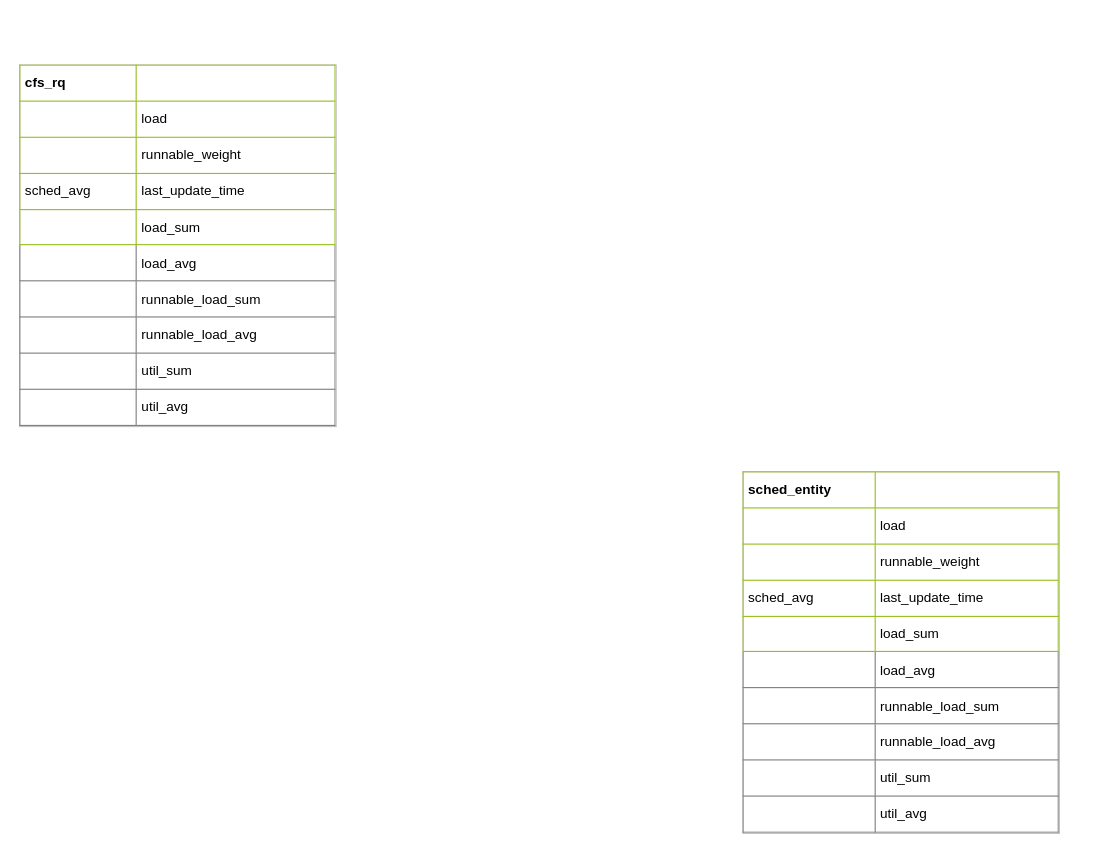
Before: scheduler/load.drawio in craftsfish/kernelhacking, a draw.io diagram. Source tidied: cells renumbered, new cells numbered last; positions are measured from the earlier drawing's top-left corner, leaving out a move shared by most shapes. Both pictures are drawn from the tidied source at 113%, with x=0, y=0 at pixel (19, 64).
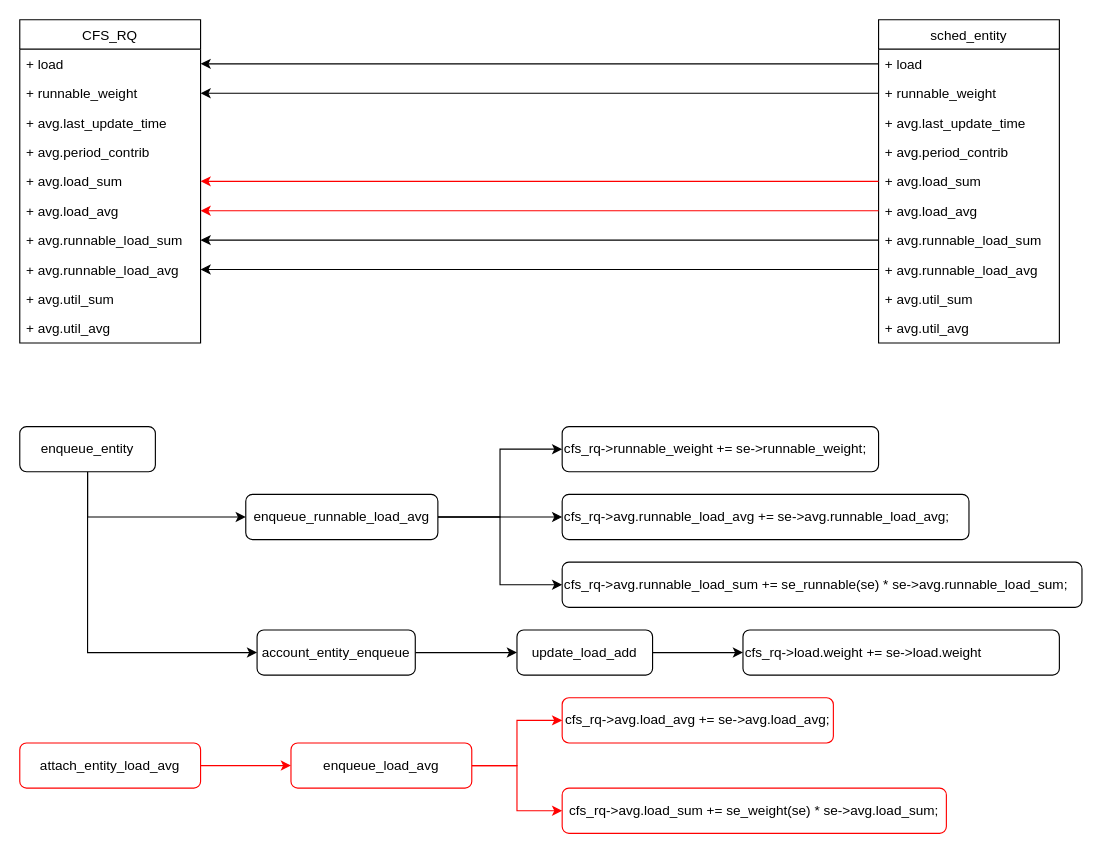
The same page after the edit.

Diff of the diagram source:
```diff
@@
-    <mxCell id="2" value="&lt;table border=&quot;1&quot; width=&quot;100%&quot; cellpadding=&quot;4&quot; style=&quot;width: 100% ; height: 100% ; border-collapse: collapse&quot;&gt;&lt;tbody&gt;&lt;tr style=&quot;border: 1px solid rgb(152 , 191 , 33)&quot;&gt;&lt;th align=&quot;left&quot;&gt;cfs_rq&lt;/th&gt;&lt;th align=&quot;left&quot;&gt;&lt;/th&gt;&lt;/tr&gt;&lt;tr style=&quot;border: 1px solid #98bf21&quot;&gt;&lt;td&gt;&lt;br&gt;&lt;/td&gt;&lt;td&gt;load&lt;/td&gt;&lt;/tr&gt;&lt;tr style=&quot;border: 1px solid rgb(152 , 191 , 33)&quot;&gt;&lt;td&gt;&lt;br&gt;&lt;/td&gt;&lt;td&gt;runnable_weight&lt;/td&gt;&lt;/tr&gt;&lt;tr style=&quot;border: 1px solid #98bf21&quot;&gt;&lt;td&gt;sched_avg&lt;/td&gt;&lt;td&gt;last_update_time&lt;/td&gt;&lt;/tr&gt;&lt;tr style=&quot;border: 1px solid rgb(152 , 191 , 33)&quot;&gt;&lt;td&gt;&lt;br&gt;&lt;/td&gt;&lt;td&gt;load_sum&lt;/td&gt;&lt;/tr&gt;&lt;tr&gt;&lt;td&gt;&lt;br&gt;&lt;/td&gt;&lt;td&gt;load_avg&lt;br&gt;&lt;/td&gt;&lt;/tr&gt;&lt;tr&gt;&lt;td&gt;&lt;br&gt;&lt;/td&gt;&lt;td&gt;runnable_load_sum&lt;br&gt;&lt;/td&gt;&lt;/tr&gt;&lt;tr&gt;&lt;td&gt;&lt;br&gt;&lt;/td&gt;&lt;td&gt;runnable_load_avg&lt;br&gt;&lt;/td&gt;&lt;/tr&gt;&lt;tr&gt;&lt;td&gt;&lt;br&gt;&lt;/td&gt;&lt;td&gt;util_sum&lt;br&gt;&lt;/td&gt;&lt;/tr&gt;&lt;tr&gt;&lt;td&gt;&lt;br&gt;&lt;/td&gt;&lt;td&gt;util_avg&lt;br&gt;&lt;/td&gt;&lt;/tr&gt;&lt;/tbody&gt;&lt;/table&gt;" style="text;html=1;strokeColor=#c0c0c0;fillColor=#ffffff;overflow=fill;rounded=0;" parent="1" vertex="1">
-      <mxGeometry width="280" height="320" as="geometry" />
-    </mxCell>
-    <mxCell id="3" value="&lt;table border=&quot;1&quot; width=&quot;100%&quot; cellpadding=&quot;4&quot; style=&quot;width: 100% ; height: 100% ; border-collapse: collapse&quot;&gt;&lt;tbody&gt;&lt;tr style=&quot;border: 1px solid rgb(152 , 191 , 33)&quot;&gt;&lt;th align=&quot;left&quot;&gt;sched_entity&lt;/th&gt;&lt;th align=&quot;left&quot;&gt;&lt;/th&gt;&lt;/tr&gt;&lt;tr style=&quot;border: 1px solid #98bf21&quot;&gt;&lt;td&gt;&lt;br&gt;&lt;/td&gt;&lt;td&gt;load&lt;/td&gt;&lt;/tr&gt;&lt;tr style=&quot;border: 1px solid rgb(152 , 191 , 33)&quot;&gt;&lt;td&gt;&lt;br&gt;&lt;/td&gt;&lt;td&gt;runnable_weight&lt;/td&gt;&lt;/tr&gt;&lt;tr style=&quot;border: 1px solid #98bf21&quot;&gt;&lt;td&gt;sched_avg&lt;/td&gt;&lt;td&gt;last_update_time&lt;/td&gt;&lt;/tr&gt;&lt;tr style=&quot;border: 1px solid rgb(152 , 191 , 33)&quot;&gt;&lt;td&gt;&lt;br&gt;&lt;/td&gt;&lt;td&gt;load_sum&lt;/td&gt;&lt;/tr&gt;&lt;tr&gt;&lt;td&gt;&lt;br&gt;&lt;/td&gt;&lt;td&gt;load_avg&lt;br&gt;&lt;/td&gt;&lt;/tr&gt;&lt;tr&gt;&lt;td&gt;&lt;br&gt;&lt;/td&gt;&lt;td&gt;runnable_load_sum&lt;br&gt;&lt;/td&gt;&lt;/tr&gt;&lt;tr&gt;&lt;td&gt;&lt;br&gt;&lt;/td&gt;&lt;td&gt;runnable_load_avg&lt;br&gt;&lt;/td&gt;&lt;/tr&gt;&lt;tr&gt;&lt;td&gt;&lt;br&gt;&lt;/td&gt;&lt;td&gt;util_sum&lt;br&gt;&lt;/td&gt;&lt;/tr&gt;&lt;tr&gt;&lt;td&gt;&lt;br&gt;&lt;/td&gt;&lt;td&gt;util_avg&lt;br&gt;&lt;/td&gt;&lt;/tr&gt;&lt;/tbody&gt;&lt;/table&gt;" style="text;html=1;strokeColor=#c0c0c0;fillColor=#ffffff;overflow=fill;rounded=0;" parent="1" vertex="1">
-      <mxGeometry x="640" y="360" width="280" height="320" as="geometry" />
-    </mxCell>
+    <mxCell id="4" style="edgeStyle=orthogonalEdgeStyle;rounded=0;jettySize=auto;html=1;exitX=0;exitY=0.5;exitDx=0;exitDy=0;fontSize=12;" parent="1" edge="1" source="24" target="35">
+      <mxGeometry relative="1" as="geometry" />
+    </mxCell>
+    <mxCell id="5" style="edgeStyle=orthogonalEdgeStyle;rounded=0;jettySize=auto;html=1;exitX=0;exitY=0.5;exitDx=0;exitDy=0;entryX=1;entryY=0.5;entryDx=0;entryDy=0;fontSize=12;" parent="1" edge="1" source="30" target="41">
+      <mxGeometry relative="1" as="geometry" />
+    </mxCell>
+    <mxCell id="6" style="edgeStyle=orthogonalEdgeStyle;rounded=0;jettySize=auto;html=1;exitX=0;exitY=0.5;exitDx=0;exitDy=0;fontSize=12;" parent="1" edge="1" source="29" target="40">
+      <mxGeometry relative="1" as="geometry" />
+    </mxCell>
+    <mxCell id="7" style="edgeStyle=orthogonalEdgeStyle;rounded=0;jettySize=auto;html=1;exitX=0;exitY=0.5;exitDx=0;exitDy=0;fontSize=12;" parent="1" edge="1" source="23" target="34">
+      <mxGeometry relative="1" as="geometry" />
+    </mxCell>
+    <mxCell id="8" style="edgeStyle=orthogonalEdgeStyle;rounded=0;jettySize=auto;html=1;exitX=0.5;exitY=1;exitDx=0;exitDy=0;entryX=0;entryY=0.5;entryDx=0;entryDy=0;fontSize=12;" parent="1" edge="1" source="10" target="14">
+      <mxGeometry relative="1" as="geometry" />
+    </mxCell>
+    <mxCell id="9" style="edgeStyle=orthogonalEdgeStyle;rounded=0;jettySize=auto;html=1;exitX=0.5;exitY=1;exitDx=0;exitDy=0;entryX=0;entryY=0.5;entryDx=0;entryDy=0;fontSize=12;" parent="1" edge="1" source="10" target="16">
+      <mxGeometry relative="1" as="geometry" />
+    </mxCell>
+    <mxCell id="10" value="enqueue_entity" style="rounded=1;whiteSpace=wrap;html=1;fontSize=12;" parent="1" vertex="1">
+      <mxGeometry y="320" width="120" height="40" as="geometry" />
+    </mxCell>
+    <mxCell id="11" style="edgeStyle=orthogonalEdgeStyle;rounded=0;jettySize=auto;html=1;exitX=1;exitY=0.5;exitDx=0;exitDy=0;entryX=0;entryY=0.5;entryDx=0;entryDy=0;fontSize=12;" parent="1" edge="1" source="14" target="19">
+      <mxGeometry relative="1" as="geometry" />
+    </mxCell>
+    <mxCell id="12" style="edgeStyle=orthogonalEdgeStyle;rounded=0;jettySize=auto;html=1;exitX=1;exitY=0.5;exitDx=0;exitDy=0;entryX=0;entryY=0.5;entryDx=0;entryDy=0;fontSize=12;" parent="1" edge="1" source="14" target="20">
+      <mxGeometry relative="1" as="geometry" />
+    </mxCell>
+    <mxCell id="13" style="edgeStyle=orthogonalEdgeStyle;rounded=0;jettySize=auto;html=1;exitX=1;exitY=0.5;exitDx=0;exitDy=0;entryX=0;entryY=0.5;entryDx=0;entryDy=0;fontSize=12;" parent="1" edge="1" source="14" target="21">
+      <mxGeometry relative="1" as="geometry" />
+    </mxCell>
+    <mxCell id="14" value="enqueue_runnable_load_avg" style="rounded=1;whiteSpace=wrap;html=1;fontSize=12;" parent="1" vertex="1">
+      <mxGeometry x="200" y="380" width="170" height="40" as="geometry" />
+    </mxCell>
+    <mxCell id="15" style="edgeStyle=orthogonalEdgeStyle;rounded=0;jettySize=auto;html=1;exitX=1;exitY=0.5;exitDx=0;exitDy=0;entryX=0;entryY=0.5;entryDx=0;entryDy=0;fontSize=12;" parent="1" edge="1" source="16" target="18">
+      <mxGeometry relative="1" as="geometry" />
+    </mxCell>
+    <mxCell id="16" value="account_entity_enqueue" style="rounded=1;whiteSpace=wrap;html=1;fontSize=12;" parent="1" vertex="1">
+      <mxGeometry x="210" y="500" width="140" height="40" as="geometry" />
+    </mxCell>
+    <mxCell id="17" style="edgeStyle=orthogonalEdgeStyle;rounded=0;jettySize=auto;html=1;exitX=1;exitY=0.5;exitDx=0;exitDy=0;entryX=0;entryY=0.5;entryDx=0;entryDy=0;fontSize=12;" parent="1" edge="1" source="18" target="44">
+      <mxGeometry relative="1" as="geometry" />
+    </mxCell>
+    <mxCell id="18" value="update_load_add" style="rounded=1;whiteSpace=wrap;html=1;fontSize=12;" parent="1" vertex="1">
+      <mxGeometry x="440" y="500" width="120" height="40" as="geometry" />
+    </mxCell>
+    <mxCell id="19" value="cfs_rq-&amp;gt;runnable_weight += se-&amp;gt;runnable_weight;" style="rounded=1;whiteSpace=wrap;html=1;fontSize=12;align=left;" parent="1" vertex="1">
+      <mxGeometry x="480" y="320" width="280" height="40" as="geometry" />
+    </mxCell>
+    <mxCell id="20" value="cfs_rq-&amp;gt;avg.runnable_load_avg += se-&amp;gt;avg.runnable_load_avg;" style="rounded=1;whiteSpace=wrap;html=1;fontSize=12;align=left;" parent="1" vertex="1">
+      <mxGeometry x="480" y="380" width="360" height="40" as="geometry" />
+    </mxCell>
+    <mxCell id="21" value="cfs_rq-&amp;gt;avg.runnable_load_sum += se_runnable(se) * se-&amp;gt;avg.runnable_load_sum;" style="rounded=1;whiteSpace=wrap;html=1;fontSize=12;align=left;" parent="1" vertex="1">
+      <mxGeometry x="480" y="440" width="460" height="40" as="geometry" />
+    </mxCell>
+    <mxCell id="22" value="sched_entity" style="swimlane;fontStyle=0;horizontal=1;startSize=26;fillColor=none;fontSize=12;" parent="1" vertex="1">
+      <mxGeometry x="760" y="-40" width="160" height="286" as="geometry" />
+    </mxCell>
+    <mxCell id="23" value="+ load" style="text;strokeColor=none;fillColor=none;align=left;verticalAlign=top;spacingLeft=4;spacingRight=4;overflow=hidden;points=[[0,0.5],[1,0.5]];portConstraint=eastwest;fontSize=12;" parent="22" vertex="1">
+      <mxGeometry y="26" width="160" height="26" as="geometry" />
+    </mxCell>
+    <mxCell id="24" value="+ runnable_weight" style="text;strokeColor=none;fillColor=none;align=left;verticalAlign=top;spacingLeft=4;spacingRight=4;overflow=hidden;points=[[0,0.5],[1,0.5]];portConstraint=eastwest;" parent="22" vertex="1">
+      <mxGeometry y="52" width="160" height="26" as="geometry" />
+    </mxCell>
+    <mxCell id="25" value="+ avg.last_update_time" style="text;strokeColor=none;fillColor=none;align=left;verticalAlign=top;spacingLeft=4;spacingRight=4;overflow=hidden;" parent="22" vertex="1">
+      <mxGeometry y="78" width="160" height="26" as="geometry" />
+    </mxCell>
+    <mxCell id="26" value="+ avg.period_contrib" style="text;strokeColor=none;fillColor=none;align=left;verticalAlign=top;spacingLeft=4;spacingRight=4;overflow=hidden;" parent="22" vertex="1">
+      <mxGeometry y="104" width="160" height="26" as="geometry" />
+    </mxCell>
+    <mxCell id="27" value="+ avg.load_sum" style="text;strokeColor=none;fillColor=none;align=left;verticalAlign=top;spacingLeft=4;spacingRight=4;overflow=hidden;points=[[0,0.5],[1,0.5]];portConstraint=eastwest;" parent="22" vertex="1">
+      <mxGeometry y="130" width="160" height="26" as="geometry" />
+    </mxCell>
+    <mxCell id="28" value="+ avg.load_avg" style="text;strokeColor=none;fillColor=none;align=left;verticalAlign=top;spacingLeft=4;spacingRight=4;overflow=hidden;points=[[0,0.5],[1,0.5]];portConstraint=eastwest;" parent="22" vertex="1">
+      <mxGeometry y="156" width="160" height="26" as="geometry" />
+    </mxCell>
+    <mxCell id="29" value="+ avg.runnable_load_sum" style="text;strokeColor=none;fillColor=none;align=left;verticalAlign=top;spacingLeft=4;spacingRight=4;overflow=hidden;points=[[0,0.5],[1,0.5]];portConstraint=eastwest;" parent="22" vertex="1">
+      <mxGeometry y="182" width="160" height="26" as="geometry" />
+    </mxCell>
+    <mxCell id="30" value="+ avg.runnable_load_avg" style="text;strokeColor=none;fillColor=none;align=left;verticalAlign=top;spacingLeft=4;spacingRight=4;overflow=hidden;points=[[0,0.5],[1,0.5]];portConstraint=eastwest;" parent="22" vertex="1">
+      <mxGeometry y="208" width="160" height="26" as="geometry" />
+    </mxCell>
+    <mxCell id="31" value="+ avg.util_sum" style="text;strokeColor=none;fillColor=none;align=left;verticalAlign=top;spacingLeft=4;spacingRight=4;overflow=hidden;" parent="22" vertex="1">
+      <mxGeometry y="234" width="160" height="26" as="geometry" />
+    </mxCell>
+    <mxCell id="32" value="+ avg.util_avg" style="text;strokeColor=none;fillColor=none;align=left;verticalAlign=top;spacingLeft=4;spacingRight=4;overflow=hidden;" parent="22" vertex="1">
+      <mxGeometry y="260" width="160" height="26" as="geometry" />
+    </mxCell>
+    <mxCell id="33" value="CFS_RQ" style="swimlane;fontStyle=0;horizontal=1;startSize=26;fillColor=none;" parent="1" vertex="1">
+      <mxGeometry y="-40" width="160" height="286" as="geometry" />
+    </mxCell>
+    <mxCell id="34" value="+ load" style="text;strokeColor=none;fillColor=none;align=left;verticalAlign=top;spacingLeft=4;spacingRight=4;overflow=hidden;points=[[0,0.5],[1,0.5]];portConstraint=eastwest;" parent="33" vertex="1">
+      <mxGeometry y="26" width="160" height="26" as="geometry" />
+    </mxCell>
+    <mxCell id="35" value="+ runnable_weight" style="text;strokeColor=none;fillColor=none;align=left;verticalAlign=top;spacingLeft=4;spacingRight=4;overflow=hidden;points=[[0,0.5],[1,0.5]];portConstraint=eastwest;" parent="33" vertex="1">
+      <mxGeometry y="52" width="160" height="26" as="geometry" />
+    </mxCell>
+    <mxCell id="36" value="+ avg.last_update_time" style="text;strokeColor=none;fillColor=none;align=left;verticalAlign=top;spacingLeft=4;spacingRight=4;overflow=hidden;" parent="33" vertex="1">
+      <mxGeometry y="78" width="160" height="26" as="geometry" />
+    </mxCell>
+    <mxCell id="37" value="+ avg.period_contrib" style="text;strokeColor=none;fillColor=none;align=left;verticalAlign=top;spacingLeft=4;spacingRight=4;overflow=hidden;" parent="33" vertex="1">
+      <mxGeometry y="104" width="160" height="26" as="geometry" />
+    </mxCell>
+    <mxCell id="38" value="+ avg.load_sum" style="text;strokeColor=none;fillColor=none;align=left;verticalAlign=top;spacingLeft=4;spacingRight=4;overflow=hidden;points=[[0,0.5],[1,0.5]];portConstraint=eastwest;" parent="33" vertex="1">
+      <mxGeometry y="130" width="160" height="26" as="geometry" />
+    </mxCell>
+    <mxCell id="39" value="+ avg.load_avg" style="text;strokeColor=none;fillColor=none;align=left;verticalAlign=top;spacingLeft=4;spacingRight=4;overflow=hidden;points=[[0,0.5],[1,0.5]];portConstraint=eastwest;" parent="33" vertex="1">
+      <mxGeometry y="156" width="160" height="26" as="geometry" />
+    </mxCell>
+    <mxCell id="40" value="+ avg.runnable_load_sum" style="text;strokeColor=none;fillColor=none;align=left;verticalAlign=top;spacingLeft=4;spacingRight=4;overflow=hidden;points=[[0,0.5],[1,0.5]];portConstraint=eastwest;" parent="33" vertex="1">
+      <mxGeometry y="182" width="160" height="26" as="geometry" />
+    </mxCell>
+    <mxCell id="41" value="+ avg.runnable_load_avg" style="text;strokeColor=none;fillColor=none;align=left;verticalAlign=top;spacingLeft=4;spacingRight=4;overflow=hidden;points=[[0,0.5],[1,0.5]];portConstraint=eastwest;" parent="33" vertex="1">
+      <mxGeometry y="208" width="160" height="26" as="geometry" />
+    </mxCell>
+    <mxCell id="42" value="+ avg.util_sum" style="text;strokeColor=none;fillColor=none;align=left;verticalAlign=top;spacingLeft=4;spacingRight=4;overflow=hidden;" parent="33" vertex="1">
+      <mxGeometry y="234" width="160" height="26" as="geometry" />
+    </mxCell>
+    <mxCell id="43" value="+ avg.util_avg" style="text;strokeColor=none;fillColor=none;align=left;verticalAlign=top;spacingLeft=4;spacingRight=4;overflow=hidden;" parent="33" vertex="1">
+      <mxGeometry y="260" width="160" height="26" as="geometry" />
+    </mxCell>
+    <mxCell id="44" value="cfs_rq-&amp;gt;load.weight +=&amp;nbsp;se-&amp;gt;load.weight" style="rounded=1;whiteSpace=wrap;html=1;fontSize=12;align=left;" parent="1" vertex="1">
+      <mxGeometry x="640" y="500" width="280" height="40" as="geometry" />
+    </mxCell>
+    <mxCell id="45" style="edgeStyle=orthogonalEdgeStyle;rounded=0;jettySize=auto;html=1;exitX=1;exitY=0.5;exitDx=0;exitDy=0;entryX=0;entryY=0.5;entryDx=0;entryDy=0;fontSize=12;strokeColor=#FF0000;" parent="1" edge="1" source="46" target="49">
+      <mxGeometry relative="1" as="geometry" />
+    </mxCell>
+    <mxCell id="46" value="attach_entity_load_avg" style="rounded=1;whiteSpace=wrap;html=1;fontSize=12;strokeColor=#FF0000;" parent="1" vertex="1">
+      <mxGeometry y="600" width="160" height="40" as="geometry" />
+    </mxCell>
+    <mxCell id="47" style="edgeStyle=orthogonalEdgeStyle;rounded=0;jettySize=auto;html=1;exitX=1;exitY=0.5;exitDx=0;exitDy=0;entryX=0;entryY=0.5;entryDx=0;entryDy=0;fontSize=12;strokeColor=#FF0000;" parent="1" edge="1" source="49" target="51">
+      <mxGeometry relative="1" as="geometry" />
+    </mxCell>
+    <mxCell id="48" style="edgeStyle=orthogonalEdgeStyle;rounded=0;jettySize=auto;html=1;exitX=1;exitY=0.5;exitDx=0;exitDy=0;entryX=0;entryY=0.5;entryDx=0;entryDy=0;fontSize=12;strokeColor=#FF0000;" parent="1" edge="1" source="49" target="50">
+      <mxGeometry relative="1" as="geometry" />
+    </mxCell>
+    <mxCell id="49" value="enqueue_load_avg" style="rounded=1;whiteSpace=wrap;html=1;fontSize=12;strokeColor=#FF0000;" parent="1" vertex="1">
+      <mxGeometry x="240" y="600" width="160" height="40" as="geometry" />
+    </mxCell>
+    <mxCell id="50" value="cfs_rq-&gt;avg.load_sum += se_weight(se) * se-&gt;avg.load_sum;" style="rounded=1;whiteSpace=wrap;html=1;fontSize=12;strokeColor=#FF0000;" parent="1" vertex="1">
+      <mxGeometry x="480" y="640" width="340" height="40" as="geometry" />
+    </mxCell>
+    <mxCell id="51" value="cfs_rq-&gt;avg.load_avg += se-&gt;avg.load_avg;" style="rounded=1;whiteSpace=wrap;html=1;fontSize=12;strokeColor=#FF0000;" parent="1" vertex="1">
+      <mxGeometry x="480" y="560" width="240" height="40" as="geometry" />
+    </mxCell>
+    <mxCell id="52" style="edgeStyle=orthogonalEdgeStyle;rounded=0;jettySize=auto;html=1;exitX=0;exitY=0.5;exitDx=0;exitDy=0;entryX=1;entryY=0.5;entryDx=0;entryDy=0;strokeColor=#FF0000;fontSize=12;" parent="1" edge="1" source="28" target="39">
+      <mxGeometry relative="1" as="geometry" />
+    </mxCell>
+    <mxCell id="53" style="edgeStyle=orthogonalEdgeStyle;rounded=0;jettySize=auto;html=1;exitX=0;exitY=0.5;exitDx=0;exitDy=0;strokeColor=#FF0000;fontSize=12;" parent="1" edge="1" source="27" target="38">
+      <mxGeometry relative="1" as="geometry" />
+    </mxCell>
```
